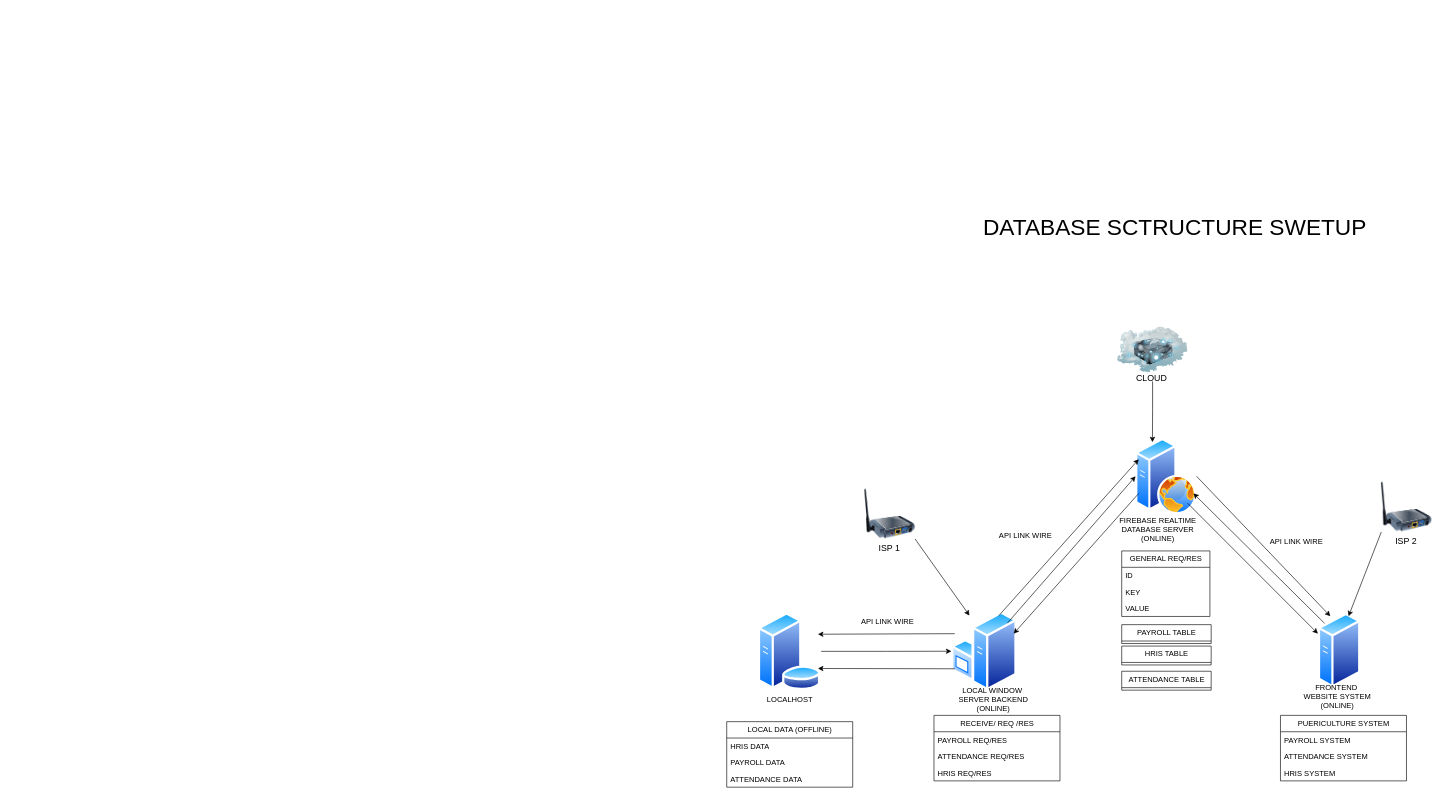
ManCoders/puericulture-man keeps this draw.io diagram as ducuments/FLOWCHART/PUERICULTURE.drawio. Above is the earlier version. Source tidied: cells renumbered, new cells numbered last; positions are measured from the earlier drawing's top-left corner, leaving out a move shared by most shapes. Both pictures are drawn from the tidied source at 63%, with x=0, y=0 at pixel (726, 209).
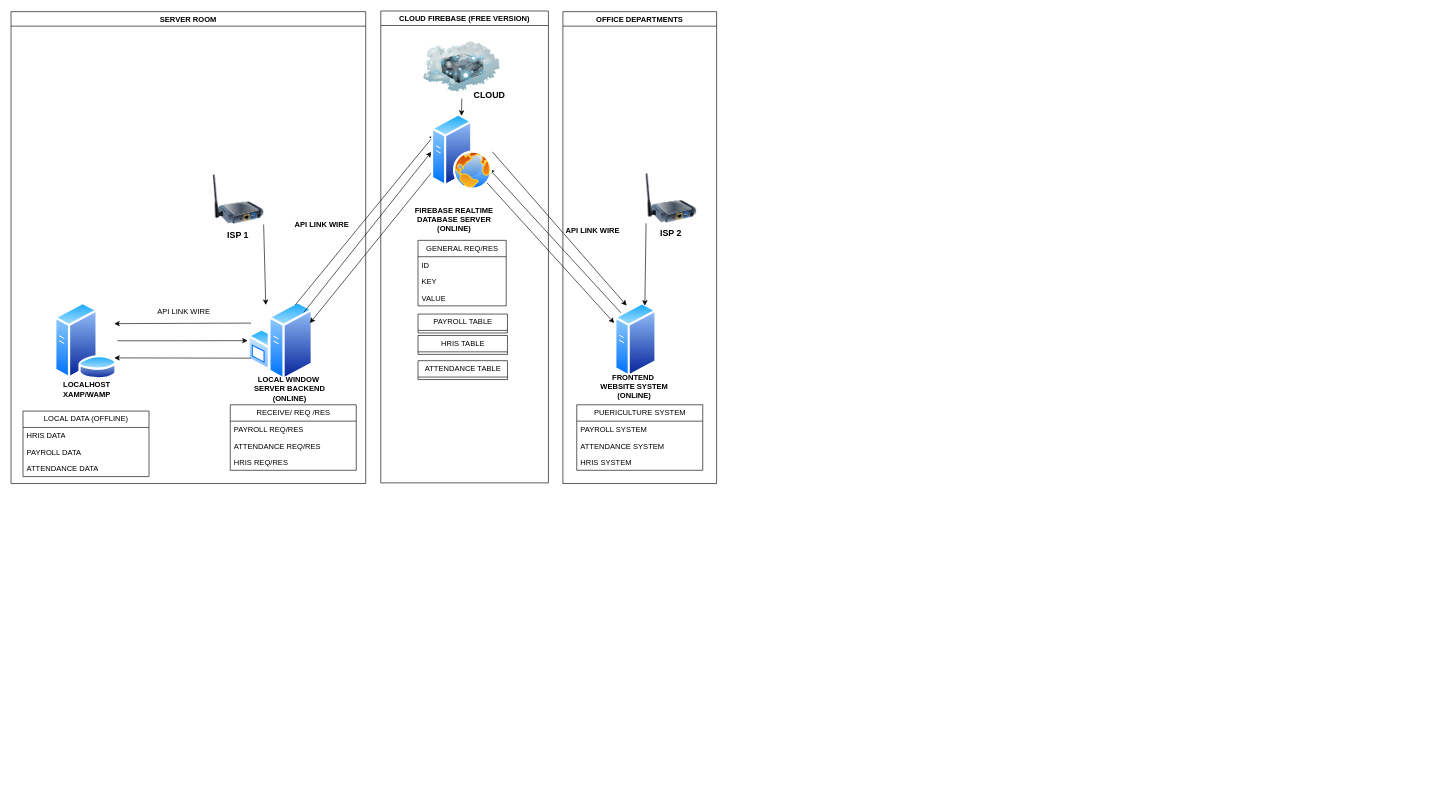
Above is the later version.

Unchanged cells that the change refers to:
```xml
<mxCell id="9" style="image;perimeter=ellipsePerimeter;html=1;align=center;shadow=0;dashed=0;spacingTop=3;image=img/lib/active_directory/windows_server.svg;" parent="8" vertex="1">
  <mxGeometry width="104" height="126.8" as="geometry" />
</mxCell>
<mxCell id="46" style="image;html=1;image=img/lib/clip_art/networking/Print_Server_Wireless_128x128.png;" parent="45" vertex="1">
  <mxGeometry width="80" height="80" as="geometry" />
</mxCell>
<mxCell id="49" style="image;html=1;image=img/lib/clip_art/networking/Print_Server_Wireless_128x128.png;" parent="48" vertex="1">
  <mxGeometry width="80" height="80" as="geometry" />
</mxCell>
```

Diff of the diagram source:
```diff
@@
+    <mxCell id="56" style="group;" parent="1" vertex="1">
+      <mxGeometry x="-1136" y="-314" width="1120" height="749" as="geometry" />
+    </mxCell>
-    <mxCell id="2" value="LOCALHOST" style="text;html=1;align=center;verticalAlign=middle;strokeColor=none;fillColor=none;" parent="1" vertex="1">
-      <mxGeometry x="50" y="763" width="100" height="30" as="geometry" />
+    <mxCell id="2" value="&lt;b&gt;LOCALHOST&lt;/b&gt;&lt;div&gt;&lt;b&gt;XAMP/WAMP&lt;/b&gt;&lt;/div&gt;" style="text;html=1;align=center;verticalAlign=middle;strokeColor=none;fillColor=none;" parent="56" vertex="1">
+      <mxGeometry x="73" y="579" width="93" height="41" as="geometry" />
     </mxCell>
-    <mxCell id="3" style="edgeStyle=orthogonalEdgeStyle;rounded=0;jettySize=auto;html=1;exitX=1;exitY=0.5;exitDx=0;exitDy=0;entryX=0;entryY=0.5;entryDx=0;entryDy=0;" parent="1" edge="1" source="4" target="9">
+    <mxCell id="3" style="edgeStyle=orthogonalEdgeStyle;rounded=0;jettySize=auto;html=1;exitX=1;exitY=0.5;exitDx=0;exitDy=0;entryX=0;entryY=0.5;entryDx=0;entryDy=0;" parent="56" edge="1" source="4" target="9">
       <mxGeometry relative="1" as="geometry" />
     </mxCell>
-    <mxCell id="4" style="image;perimeter=ellipsePerimeter;html=1;align=center;shadow=0;dashed=0;spacingTop=3;image=img/lib/active_directory/database_server.svg;" parent="1" vertex="1">
-      <mxGeometry x="49" y="639.8" width="101" height="123.2" as="geometry" />
+    <mxCell id="4" style="image;perimeter=ellipsePerimeter;html=1;align=center;shadow=0;dashed=0;spacingTop=3;image=img/lib/active_directory/database_server.svg;" parent="56" vertex="1">
+      <mxGeometry x="68" y="460.8" width="101" height="123.2" as="geometry" />
     </mxCell>
-    <mxCell id="5" style="group;" parent="1" vertex="1">
-      <mxGeometry x="649" y="363" width="123.4" height="175" as="geometry" />
+    <mxCell id="5" style="group;" parent="56" vertex="1">
+      <mxGeometry x="668" y="184" width="123.4" height="175" as="geometry" />
     </mxCell>
-    <mxCell id="6" value="FIREBASE REALTIME&lt;div&gt;DATABASE SERVER&lt;/div&gt;&lt;div&gt;(ONLINE)&lt;/div&gt;" style="text;html=1;align=center;verticalAlign=middle;strokeColor=none;fillColor=none;" parent="5" vertex="1">
-      <mxGeometry x="-40" y="115" width="150" height="60" as="geometry" />
+    <mxCell id="6" value="&lt;b&gt;FIREBASE REALTIME&lt;/b&gt;&lt;div&gt;&lt;b&gt;DATABASE SERVER&lt;/b&gt;&lt;/div&gt;&lt;div&gt;&lt;b&gt;(ONLINE)&lt;/b&gt;&lt;/div&gt;" style="text;html=1;align=center;verticalAlign=middle;strokeColor=none;fillColor=none;" parent="5" vertex="1">
+      <mxGeometry x="-36" y="118" width="142" height="55" as="geometry" />
     </mxCell>
-    <mxCell id="7" style="image;perimeter=ellipsePerimeter;html=1;align=center;shadow=0;dashed=0;spacingTop=3;image=img/lib/active_directory/web_server.svg;" parent="5" vertex="1">
-      <mxGeometry width="96.8" height="121" as="geometry" />
-    </mxCell>
-    <mxCell id="8" style="group;" parent="1" vertex="1">
-      <mxGeometry x="356.7" y="637.8" width="131.4" height="170" as="geometry" />
+    <mxCell id="8" style="group;" parent="56" vertex="1">
+      <mxGeometry x="375.7" y="458.8" width="131.4" height="170" as="geometry" />
     </mxCell>
@@
-    <mxCell id="10" value="LOCAL WINDOW&amp;nbsp;&lt;div&gt;SERVER&amp;nbsp;&lt;span style=&quot;background-color: transparent; color: light-dark(rgb(0, 0, 0), rgb(255, 255, 255));&quot;&gt;BACKEND&lt;/span&gt;&lt;/div&gt;&lt;div&gt;&lt;span style=&quot;background-color: transparent; color: light-dark(rgb(0, 0, 0), rgb(255, 255, 255));&quot;&gt;(ONLINE)&lt;/span&gt;&lt;/div&gt;" style="text;html=1;align=center;verticalAlign=middle;strokeColor=none;fillColor=none;" parent="8" vertex="1">
-      <mxGeometry x="1.4" y="110" width="130" height="60" as="geometry" />
+    <mxCell id="10" value="&lt;b&gt;LOCAL WINDOW&amp;nbsp;&lt;/b&gt;&lt;div&gt;&lt;b&gt;SERVER&amp;nbsp;&lt;span style=&quot;background-color: transparent; color: light-dark(rgb(0, 0, 0), rgb(255, 255, 255));&quot;&gt;BACKEND&lt;/span&gt;&lt;/b&gt;&lt;/div&gt;&lt;div&gt;&lt;span style=&quot;background-color: transparent; color: light-dark(rgb(0, 0, 0), rgb(255, 255, 255));&quot;&gt;&lt;b&gt;(ONLINE)&lt;/b&gt;&lt;/span&gt;&lt;/div&gt;" style="text;html=1;align=center;verticalAlign=middle;strokeColor=none;fillColor=none;" parent="8" vertex="1">
+      <mxGeometry x="1.4" y="113" width="130" height="55" as="geometry" />
     </mxCell>
-    <mxCell id="11" style="rounded=0;jettySize=auto;html=1;exitX=0;exitY=0;exitDx=0;exitDy=0;entryX=1;entryY=0.75;entryDx=0;entryDy=0;" parent="1" edge="1" source="12" target="7">
+    <mxCell id="11" style="rounded=0;jettySize=auto;html=1;exitX=0;exitY=0;exitDx=0;exitDy=0;entryX=1;entryY=0.75;entryDx=0;entryDy=0;" parent="56" edge="1" source="12" target="7">
       <mxGeometry relative="1" as="geometry" />
     </mxCell>
-    <mxCell id="12" style="image;perimeter=ellipsePerimeter;html=1;align=center;shadow=0;dashed=0;spacingTop=3;image=img/lib/active_directory/generic_server.svg;" parent="1" vertex="1">
-      <mxGeometry x="939" y="639.8" width="67.2" height="120" as="geometry" />
+    <mxCell id="12" style="image;perimeter=ellipsePerimeter;html=1;align=center;shadow=0;dashed=0;spacingTop=3;image=img/lib/active_directory/generic_server.svg;" parent="56" vertex="1">
+      <mxGeometry x="958" y="460.8" width="67.2" height="120" as="geometry" />
     </mxCell>
-    <mxCell id="13" value="FRONTEND&amp;nbsp;&lt;div&gt;WEBSITE SYSTEM&lt;br&gt;(ONLINE)&lt;/div&gt;" style="text;html=1;align=center;verticalAlign=middle;strokeColor=none;fillColor=none;" parent="1" vertex="1">
-      <mxGeometry x="904" y="743" width="130" height="60" as="geometry" />
+    <mxCell id="13" value="&lt;b&gt;FRONTEND&amp;nbsp;&lt;/b&gt;&lt;div&gt;&lt;b&gt;WEBSITE SYSTEM&lt;br&gt;(ONLINE)&lt;/b&gt;&lt;/div&gt;" style="text;html=1;align=center;verticalAlign=middle;strokeColor=none;fillColor=none;" parent="56" vertex="1">
+      <mxGeometry x="926" y="567" width="125" height="55" as="geometry" />
     </mxCell>
-    <mxCell id="14" style="rounded=0;jettySize=auto;html=1;exitX=0;exitY=0.75;exitDx=0;exitDy=0;entryX=1;entryY=0.75;entryDx=0;entryDy=0;" parent="1" edge="1" source="9" target="4">
+    <mxCell id="14" style="rounded=0;jettySize=auto;html=1;exitX=0;exitY=0.75;exitDx=0;exitDy=0;entryX=1;entryY=0.75;entryDx=0;entryDy=0;" parent="56" edge="1" source="9" target="4">
       <mxGeometry relative="1" as="geometry" />
     </mxCell>
-    <mxCell id="15" style="rounded=0;jettySize=auto;html=1;exitX=1;exitY=0;exitDx=0;exitDy=0;entryX=0;entryY=0.5;entryDx=0;entryDy=0;" parent="1" edge="1" source="9" target="7">
+    <mxCell id="15" style="rounded=0;jettySize=auto;html=1;exitX=1;exitY=0;exitDx=0;exitDy=0;entryX=0;entryY=0.5;entryDx=0;entryDy=0;" parent="56" edge="1" source="9" target="7">
       <mxGeometry relative="1" as="geometry" />
     </mxCell>
-    <mxCell id="16" style="rounded=0;jettySize=auto;html=1;exitX=0;exitY=0.75;exitDx=0;exitDy=0;entryX=1;entryY=0.25;entryDx=0;entryDy=0;" parent="1" edge="1" source="7" target="9">
+    <mxCell id="16" style="rounded=0;jettySize=auto;html=1;exitX=0;exitY=0.75;exitDx=0;exitDy=0;entryX=1;entryY=0.25;entryDx=0;entryDy=0;" parent="56" edge="1" source="7" target="9">
       <mxGeometry relative="1" as="geometry" />
     </mxCell>
-    <mxCell id="17" style="rounded=0;jettySize=auto;html=1;exitX=1;exitY=0.5;exitDx=0;exitDy=0;entryX=0.25;entryY=0;entryDx=0;entryDy=0;" parent="1" edge="1" source="7" target="12">
+    <mxCell id="17" style="rounded=0;jettySize=auto;html=1;exitX=1;exitY=0.5;exitDx=0;exitDy=0;entryX=0.25;entryY=0;entryDx=0;entryDy=0;" parent="56" edge="1" source="7" target="12">
       <mxGeometry relative="1" as="geometry" />
     </mxCell>
-    <mxCell id="18" value="PUERICULTURE SYSTEM" style="swimlane;fontStyle=0;horizontal=1;startSize=26;fillColor=none;html=1;" parent="1" vertex="1">
-      <mxGeometry x="879" y="803" width="200" height="104" as="geometry" />
+    <mxCell id="18" value="PUERICULTURE SYSTEM" style="swimlane;fontStyle=0;horizontal=1;startSize=26;fillColor=none;html=1;" parent="56" vertex="1">
+      <mxGeometry x="898" y="624" width="200" height="104" as="geometry" />
     </mxCell>
@@
-    <mxCell id="22" value="GENERAL REQ/RES" style="swimlane;fontStyle=0;horizontal=1;startSize=26;fillColor=none;html=1;" parent="1" vertex="1">
-      <mxGeometry x="627" y="542" width="140" height="104" as="geometry" />
+    <mxCell id="22" value="GENERAL REQ/RES" style="swimlane;fontStyle=0;horizontal=1;startSize=26;fillColor=none;html=1;" parent="56" vertex="1">
+      <mxGeometry x="646" y="363" width="140" height="104" as="geometry" />
     </mxCell>
@@
-    <mxCell id="26" style="rounded=0;jettySize=auto;html=1;exitX=1;exitY=1;exitDx=0;exitDy=0;entryX=-0.009;entryY=0.279;entryDx=0;entryDy=0;entryPerimeter=0;" parent="1" edge="1" source="7" target="12">
+    <mxCell id="26" style="rounded=0;jettySize=auto;html=1;exitX=1;exitY=1;exitDx=0;exitDy=0;entryX=-0.009;entryY=0.279;entryDx=0;entryDy=0;entryPerimeter=0;" parent="56" edge="1" source="7" target="12">
       <mxGeometry relative="1" as="geometry" />
     </mxCell>
-    <mxCell id="27" style="rounded=0;jettySize=auto;html=1;exitX=0.75;exitY=0;exitDx=0;exitDy=0;entryX=0;entryY=0.25;entryDx=0;entryDy=0;" parent="1" edge="1" source="9" target="7">
+    <mxCell id="27" style="rounded=0;jettySize=auto;html=1;exitX=0.75;exitY=0;exitDx=0;exitDy=0;entryX=0;entryY=0.25;entryDx=0;entryDy=0;" parent="56" edge="1" source="9" target="7">
       <mxGeometry relative="1" as="geometry" />
     </mxCell>
-    <mxCell id="28" style="rounded=0;jettySize=auto;html=1;exitX=0;exitY=0.25;exitDx=0;exitDy=0;entryX=1;entryY=0.25;entryDx=0;entryDy=0;" parent="1" edge="1" source="9" target="4">
+    <mxCell id="28" style="rounded=0;jettySize=auto;html=1;exitX=0;exitY=0.25;exitDx=0;exitDy=0;entryX=1;entryY=0.25;entryDx=0;entryDy=0;" parent="56" edge="1" source="9" target="4">
       <mxGeometry relative="1" as="geometry" />
     </mxCell>
-    <mxCell id="29" value="RECEIVE/ REQ /RES" style="swimlane;fontStyle=0;horizontal=1;startSize=26;fillColor=none;html=1;" parent="1" vertex="1">
-      <mxGeometry x="329" y="803" width="200" height="104" as="geometry" />
+    <mxCell id="29" value="RECEIVE/ REQ /RES" style="swimlane;fontStyle=0;horizontal=1;startSize=26;fillColor=none;html=1;" parent="56" vertex="1">
+      <mxGeometry x="348" y="624" width="200" height="104" as="geometry" />
     </mxCell>
@@
-    <mxCell id="33" value="PAYROLL TABLE" style="swimlane;fontStyle=0;horizontal=1;startSize=26;fillColor=none;html=1;" parent="1" vertex="1" collapsed="1">
-      <mxGeometry x="627" y="659" width="142" height="30" as="geometry" />
+    <mxCell id="33" value="PAYROLL TABLE" style="swimlane;fontStyle=0;horizontal=1;startSize=26;fillColor=none;html=1;" parent="56" vertex="1" collapsed="1">
+      <mxGeometry x="646" y="480" width="142" height="30" as="geometry" />
     </mxCell>
-    <mxCell id="34" value="HRIS TABLE" style="swimlane;fontStyle=0;horizontal=1;startSize=26;fillColor=none;html=1;" parent="1" vertex="1" collapsed="1">
-      <mxGeometry x="627" y="693" width="142" height="30" as="geometry" />
+    <mxCell id="34" value="HRIS TABLE" style="swimlane;fontStyle=0;horizontal=1;startSize=26;fillColor=none;html=1;" parent="56" vertex="1" collapsed="1">
+      <mxGeometry x="646" y="514" width="142" height="30" as="geometry" />
     </mxCell>
-    <mxCell id="35" value="ATTENDANCE TABLE" style="swimlane;fontStyle=0;horizontal=1;startSize=26;fillColor=none;html=1;" parent="1" vertex="1" collapsed="1">
-      <mxGeometry x="627" y="733" width="142" height="30" as="geometry" />
+    <mxCell id="35" value="ATTENDANCE TABLE" style="swimlane;fontStyle=0;horizontal=1;startSize=26;fillColor=none;html=1;" parent="56" vertex="1" collapsed="1">
+      <mxGeometry x="646" y="554" width="142" height="30" as="geometry" />
     </mxCell>
-    <mxCell id="36" value="LOCAL DATA (OFFLINE)" style="swimlane;fontStyle=0;horizontal=1;startSize=26;fillColor=none;html=1;" parent="1" vertex="1">
-      <mxGeometry y="813" width="200" height="104" as="geometry" />
+    <mxCell id="36" value="LOCAL DATA (OFFLINE)" style="swimlane;fontStyle=0;horizontal=1;startSize=26;fillColor=none;html=1;" parent="56" vertex="1">
+      <mxGeometry x="19" y="634" width="200" height="104" as="geometry" />
     </mxCell>
@@
-    <mxCell id="40" value="&lt;font style=&quot;font-size: 36px;&quot;&gt;DATABASE SCTRUCTURE SWETUP&lt;/font&gt;&lt;div&gt;&lt;br&gt;&lt;/div&gt;" style="text;html=1;align=center;verticalAlign=middle;strokeColor=none;fillColor=none;" parent="1" vertex="1">
-      <mxGeometry x="395.7" width="630" height="70" as="geometry" />
-    </mxCell>
-    <mxCell id="41" value="API LINK WIRE" style="text;html=1;align=center;verticalAlign=middle;strokeColor=none;fillColor=none;" parent="1" vertex="1">
-      <mxGeometry x="419" y="503" width="110" height="30" as="geometry" />
+    <mxCell id="41" value="&lt;b&gt;API LINK WIRE&lt;/b&gt;" style="text;html=1;align=center;verticalAlign=middle;strokeColor=none;fillColor=none;" parent="56" vertex="1">
+      <mxGeometry x="441" y="326" width="104" height="26" as="geometry" />
     </mxCell>
-    <mxCell id="42" value="API LINK WIRE" style="text;html=1;align=center;verticalAlign=middle;strokeColor=none;fillColor=none;" parent="1" vertex="1">
-      <mxGeometry x="849" y="512" width="110" height="30" as="geometry" />
+    <mxCell id="42" value="&lt;b&gt;API LINK WIRE&lt;/b&gt;" style="text;html=1;align=center;verticalAlign=middle;strokeColor=none;fillColor=none;" parent="56" vertex="1">
+      <mxGeometry x="871" y="335" width="104" height="26" as="geometry" />
     </mxCell>
-    <mxCell id="43" value="API LINK WIRE" style="text;html=1;align=center;verticalAlign=middle;strokeColor=none;fillColor=none;" parent="1" vertex="1">
-      <mxGeometry x="200" y="639.8" width="110" height="30" as="geometry" />
+    <mxCell id="43" value="API LINK WIRE" style="text;html=1;align=center;verticalAlign=middle;strokeColor=none;fillColor=none;" parent="56" vertex="1">
+      <mxGeometry x="219" y="460.8" width="110" height="30" as="geometry" />
     </mxCell>
-    <mxCell id="44" style="rounded=0;jettySize=auto;html=1;exitX=1;exitY=1;exitDx=0;exitDy=0;entryX=0.25;entryY=0;entryDx=0;entryDy=0;" parent="1" edge="1" source="46" target="9">
+    <mxCell id="44" style="rounded=0;jettySize=auto;html=1;exitX=1;exitY=1;exitDx=0;exitDy=0;entryX=0.25;entryY=0;entryDx=0;entryDy=0;" parent="56" edge="1" source="46" target="9">
       <mxGeometry relative="1" as="geometry" />
     </mxCell>
-    <mxCell id="45" style="group;" parent="1" vertex="1">
-      <mxGeometry x="219" y="443" width="80" height="110" as="geometry" />
+    <mxCell id="45" style="group;fontStyle=1;" parent="56" vertex="1">
+      <mxGeometry x="321" y="258" width="80" height="110" as="geometry" />
     </mxCell>
@@
-    <mxCell id="47" value="&lt;font style=&quot;font-size: 14px;&quot;&gt;ISP 1&lt;/font&gt;" style="text;html=1;align=center;verticalAlign=middle;strokeColor=none;fillColor=none;" parent="45" vertex="1">
-      <mxGeometry x="9" y="80" width="60" height="30" as="geometry" />
+    <mxCell id="47" value="&lt;font style=&quot;font-size: 14px;&quot;&gt;&lt;b&gt;ISP 1&lt;/b&gt;&lt;/font&gt;" style="text;html=1;align=center;verticalAlign=middle;strokeColor=none;fillColor=none;" parent="45" vertex="1">
+      <mxGeometry x="13" y="81" width="52" height="29" as="geometry" />
     </mxCell>
-    <mxCell id="48" style="group;" parent="1" vertex="1">
-      <mxGeometry x="1039" y="432" width="80" height="110" as="geometry" />
+    <mxCell id="48" style="group;" parent="56" vertex="1">
+      <mxGeometry x="1008" y="256" width="80" height="110" as="geometry" />
     </mxCell>
@@
-    <mxCell id="50" value="&lt;font style=&quot;font-size: 14px;&quot;&gt;ISP 2&lt;/font&gt;" style="text;html=1;align=center;verticalAlign=middle;strokeColor=none;fillColor=none;" parent="48" vertex="1">
-      <mxGeometry x="9" y="80" width="60" height="30" as="geometry" />
+    <mxCell id="50" value="&lt;font style=&quot;font-size: 14px;&quot;&gt;&lt;b&gt;ISP 2&lt;/b&gt;&lt;/font&gt;" style="text;html=1;align=center;verticalAlign=middle;strokeColor=none;fillColor=none;" parent="48" vertex="1">
+      <mxGeometry x="13" y="81" width="52" height="29" as="geometry" />
     </mxCell>
-    <mxCell id="51" style="rounded=0;jettySize=auto;html=1;exitX=0;exitY=1;exitDx=0;exitDy=0;entryX=0.75;entryY=0;entryDx=0;entryDy=0;" parent="1" edge="1" source="49" target="12">
+    <mxCell id="51" style="rounded=0;jettySize=auto;html=1;exitX=0;exitY=1;exitDx=0;exitDy=0;entryX=0.75;entryY=0;entryDx=0;entryDy=0;" parent="56" edge="1" source="49" target="12">
       <mxGeometry relative="1" as="geometry" />
     </mxCell>
-    <mxCell id="52" style="group;" parent="1" vertex="1">
-      <mxGeometry x="620" y="173" width="112" height="110" as="geometry" />
+    <mxCell id="52" style="group;" parent="56" vertex="1">
+      <mxGeometry x="648" y="7" width="205" height="741" as="geometry" />
     </mxCell>
     <mxCell id="53" style="image;html=1;image=img/lib/clip_art/networking/Cloud_Server_128x128.png;" parent="52" vertex="1">
-      <mxGeometry width="112" height="100" as="geometry" />
+      <mxGeometry x="6.5" y="31" width="122.1" height="100" as="geometry" />
     </mxCell>
+    <mxCell id="57" value="CLOUD FIREBASE (FREE VERSION)" style="swimlane;startSize=23;" parent="52" vertex="1">
+      <mxGeometry x="-61.1" y="-8" width="266.1" height="749" as="geometry" />
+    </mxCell>
+    <mxCell id="7" style="image;perimeter=ellipsePerimeter;html=1;align=center;shadow=0;dashed=0;spacingTop=3;image=img/lib/active_directory/web_server.svg;" parent="57" vertex="1">
+      <mxGeometry x="80.3" y="163" width="96.8" height="121" as="geometry" />
+    </mxCell>
-    <mxCell id="54" value="&lt;font style=&quot;font-size: 14px;&quot;&gt;CLOUD&amp;nbsp;&lt;/font&gt;" style="text;html=1;align=center;verticalAlign=middle;strokeColor=none;fillColor=none;" parent="52" vertex="1">
-      <mxGeometry x="16" y="80" width="80" height="30" as="geometry" />
+    <mxCell id="54" value="&lt;font style=&quot;font-size: 14px;&quot;&gt;CLOUD&amp;nbsp;&lt;/font&gt;" style="text;html=1;align=center;verticalAlign=middle;strokeColor=none;fillColor=none;fontStyle=1;" parent="52" vertex="1">
+      <mxGeometry x="77" y="111" width="71" height="29" as="geometry" />
     </mxCell>
-    <mxCell id="55" style="edgeStyle=orthogonalEdgeStyle;rounded=0;jettySize=auto;html=1;exitX=0.5;exitY=1;exitDx=0;exitDy=0;entryX=0.25;entryY=0;entryDx=0;entryDy=0;" parent="1" edge="1" source="53" target="7">
+    <mxCell id="55" style="rounded=0;jettySize=auto;html=1;exitX=0.5;exitY=1;exitDx=0;exitDy=0;entryX=0.494;entryY=0.027;entryDx=0;entryDy=0;entryPerimeter=0;" parent="52" edge="1" source="53" target="7">
       <mxGeometry relative="1" as="geometry" />
     </mxCell>
+    <mxCell id="58" value="OFFICE DEPARTMENTS" style="swimlane;startSize=23;" parent="56" vertex="1">
+      <mxGeometry x="876" width="244" height="749" as="geometry" />
+    </mxCell>
+    <mxCell id="59" value="SERVER ROOM" style="swimlane;" parent="56" vertex="1">
+      <mxGeometry width="563" height="749" as="geometry" />
+    </mxCell>
```
